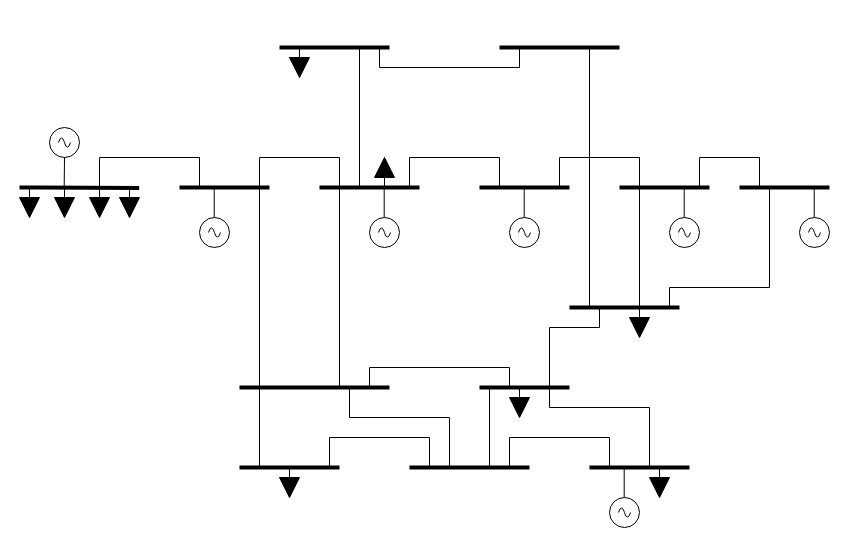
This is Untitled Diagram.drawio from sdahewar/Final-Year-Project, a draw.io file, before an edit. Source tidied: cells renumbered, new cells numbered last; positions are measured from the earlier drawing's top-left corner, leaving out a move shared by most shapes. Both pictures are drawn from the tidied source at 100%, with x=0, y=0 at pixel (19, 47).
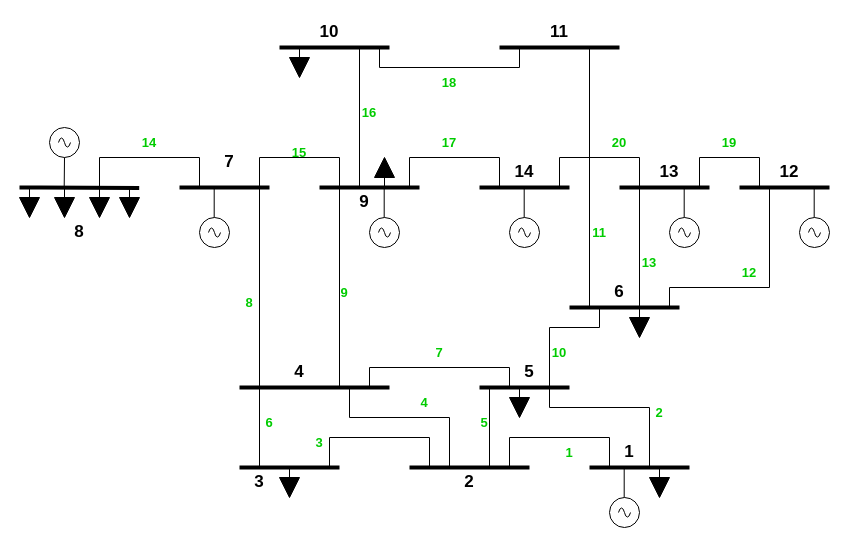
After the change.

What changed in the source:
```diff
@@
+    <mxCell id="86" value="8" style="text;strokeColor=none;align=center;fillColor=none;html=1;verticalAlign=middle;whiteSpace=wrap;rounded=0;fontStyle=1;fontSize=17;" parent="1" vertex="1">
+      <mxGeometry x="30" y="170" width="60" height="30" as="geometry" />
+    </mxCell>
+    <mxCell id="87" value="7" style="text;strokeColor=none;align=center;fillColor=none;html=1;verticalAlign=middle;whiteSpace=wrap;rounded=0;fontStyle=1;fontSize=17;" parent="1" vertex="1">
+      <mxGeometry x="180" y="100" width="60" height="30" as="geometry" />
+    </mxCell>
+    <mxCell id="88" value="9" style="text;strokeColor=none;align=center;fillColor=none;html=1;verticalAlign=middle;whiteSpace=wrap;rounded=0;fontStyle=1;fontSize=17;" parent="1" vertex="1">
+      <mxGeometry x="315" y="140" width="60" height="30" as="geometry" />
+    </mxCell>
+    <mxCell id="89" value="14" style="text;strokeColor=none;align=center;fillColor=none;html=1;verticalAlign=middle;whiteSpace=wrap;rounded=0;fontStyle=1;fontSize=17;" parent="1" vertex="1">
+      <mxGeometry x="475" y="110" width="60" height="30" as="geometry" />
+    </mxCell>
+    <mxCell id="90" value="13" style="text;strokeColor=none;align=center;fillColor=none;html=1;verticalAlign=middle;whiteSpace=wrap;rounded=0;fontStyle=1;fontSize=17;" parent="1" vertex="1">
+      <mxGeometry x="620" y="110" width="60" height="30" as="geometry" />
+    </mxCell>
+    <mxCell id="91" value="12" style="text;strokeColor=none;align=center;fillColor=none;html=1;verticalAlign=middle;whiteSpace=wrap;rounded=0;fontStyle=1;fontSize=17;" parent="1" vertex="1">
+      <mxGeometry x="740" y="110" width="60" height="30" as="geometry" />
+    </mxCell>
+    <mxCell id="92" value="6" style="text;strokeColor=none;align=center;fillColor=none;html=1;verticalAlign=middle;whiteSpace=wrap;rounded=0;fontStyle=1;fontSize=17;" parent="1" vertex="1">
+      <mxGeometry x="570" y="230" width="60" height="30" as="geometry" />
+    </mxCell>
+    <mxCell id="93" value="4" style="text;strokeColor=none;align=center;fillColor=none;html=1;verticalAlign=middle;whiteSpace=wrap;rounded=0;fontStyle=1;fontSize=17;" parent="1" vertex="1">
+      <mxGeometry x="250" y="310" width="60" height="30" as="geometry" />
+    </mxCell>
+    <mxCell id="94" value="5" style="text;strokeColor=none;align=center;fillColor=none;html=1;verticalAlign=middle;whiteSpace=wrap;rounded=0;fontStyle=1;fontSize=17;" parent="1" vertex="1">
+      <mxGeometry x="480" y="310" width="60" height="30" as="geometry" />
+    </mxCell>
+    <mxCell id="95" value="3" style="text;strokeColor=none;align=center;fillColor=none;html=1;verticalAlign=middle;whiteSpace=wrap;rounded=0;fontStyle=1;fontSize=17;" parent="1" vertex="1">
+      <mxGeometry x="210" y="420" width="60" height="30" as="geometry" />
+    </mxCell>
+    <mxCell id="96" value="2" style="text;strokeColor=none;align=center;fillColor=none;html=1;verticalAlign=middle;whiteSpace=wrap;rounded=0;fontStyle=1;fontSize=17;" parent="1" vertex="1">
+      <mxGeometry x="420" y="420" width="60" height="30" as="geometry" />
+    </mxCell>
+    <mxCell id="97" value="1" style="text;strokeColor=none;align=center;fillColor=none;html=1;verticalAlign=middle;whiteSpace=wrap;rounded=0;fontStyle=1;fontSize=17;" parent="1" vertex="1">
+      <mxGeometry x="580" y="390" width="60" height="30" as="geometry" />
+    </mxCell>
+    <mxCell id="98" value="10" style="text;strokeColor=none;align=center;fillColor=none;html=1;verticalAlign=middle;whiteSpace=wrap;rounded=0;fontStyle=1;fontSize=17;" parent="1" vertex="1">
+      <mxGeometry x="280" y="-30" width="60" height="30" as="geometry" />
+    </mxCell>
+    <mxCell id="99" value="11" style="text;strokeColor=none;align=center;fillColor=none;html=1;verticalAlign=middle;whiteSpace=wrap;rounded=0;fontStyle=1;fontSize=17;" parent="1" vertex="1">
+      <mxGeometry x="510" y="-30" width="60" height="30" as="geometry" />
+    </mxCell>
+    <mxCell id="100" value="1" style="text;strokeColor=none;align=center;fillColor=none;html=1;verticalAlign=middle;whiteSpace=wrap;rounded=0;fontColor=#00CC00;fontStyle=1;fontSize=13;textShadow=0;labelBorderColor=none;" parent="1" vertex="1">
+      <mxGeometry x="520" y="390" width="60" height="30" as="geometry" />
+    </mxCell>
+    <mxCell id="101" value="2" style="text;strokeColor=none;align=center;fillColor=none;html=1;verticalAlign=middle;whiteSpace=wrap;rounded=0;fontColor=#00CC00;fontStyle=1;fontSize=13;textShadow=0;labelBorderColor=none;" parent="1" vertex="1">
+      <mxGeometry x="610" y="350" width="60" height="30" as="geometry" />
+    </mxCell>
+    <mxCell id="102" value="3" style="text;strokeColor=none;align=center;fillColor=none;html=1;verticalAlign=middle;whiteSpace=wrap;rounded=0;fontColor=#00CC00;fontStyle=1;fontSize=13;textShadow=0;labelBorderColor=none;" parent="1" vertex="1">
+      <mxGeometry x="270" y="380" width="60" height="30" as="geometry" />
+    </mxCell>
+    <mxCell id="103" value="4" style="text;strokeColor=none;align=center;fillColor=none;html=1;verticalAlign=middle;whiteSpace=wrap;rounded=0;fontColor=#00CC00;fontStyle=1;fontSize=13;textShadow=0;labelBorderColor=none;" parent="1" vertex="1">
+      <mxGeometry x="375" y="340" width="60" height="30" as="geometry" />
+    </mxCell>
+    <mxCell id="104" value="5" style="text;strokeColor=none;align=center;fillColor=none;html=1;verticalAlign=middle;whiteSpace=wrap;rounded=0;fontColor=#00CC00;fontStyle=1;fontSize=13;textShadow=0;labelBorderColor=none;" parent="1" vertex="1">
+      <mxGeometry x="435" y="360" width="60" height="30" as="geometry" />
+    </mxCell>
+    <mxCell id="105" value="6" style="text;strokeColor=none;align=center;fillColor=none;html=1;verticalAlign=middle;whiteSpace=wrap;rounded=0;fontColor=#00CC00;fontStyle=1;fontSize=13;textShadow=0;labelBorderColor=none;" parent="1" vertex="1">
+      <mxGeometry x="220" y="360" width="60" height="30" as="geometry" />
+    </mxCell>
+    <mxCell id="106" value="7" style="text;strokeColor=none;align=center;fillColor=none;html=1;verticalAlign=middle;whiteSpace=wrap;rounded=0;fontColor=#00CC00;fontStyle=1;fontSize=13;textShadow=0;labelBorderColor=none;" parent="1" vertex="1">
+      <mxGeometry x="390" y="290" width="60" height="30" as="geometry" />
+    </mxCell>
+    <mxCell id="107" value="8" style="text;strokeColor=none;align=center;fillColor=none;html=1;verticalAlign=middle;whiteSpace=wrap;rounded=0;fontColor=#00CC00;fontStyle=1;fontSize=13;textShadow=0;labelBorderColor=none;" parent="1" vertex="1">
+      <mxGeometry x="200" y="240" width="60" height="30" as="geometry" />
+    </mxCell>
+    <mxCell id="108" value="9" style="text;strokeColor=none;align=center;fillColor=none;html=1;verticalAlign=middle;whiteSpace=wrap;rounded=0;fontColor=#00CC00;fontStyle=1;fontSize=13;textShadow=0;labelBorderColor=none;" parent="1" vertex="1">
+      <mxGeometry x="295" y="230" width="60" height="30" as="geometry" />
+    </mxCell>
+    <mxCell id="109" value="10" style="text;strokeColor=none;align=center;fillColor=none;html=1;verticalAlign=middle;whiteSpace=wrap;rounded=0;fontColor=#00CC00;fontStyle=1;fontSize=13;textShadow=0;labelBorderColor=none;" parent="1" vertex="1">
+      <mxGeometry x="510" y="290" width="60" height="30" as="geometry" />
+    </mxCell>
+    <mxCell id="110" value="11" style="text;strokeColor=none;align=center;fillColor=none;html=1;verticalAlign=middle;whiteSpace=wrap;rounded=0;fontColor=#00CC00;fontStyle=1;fontSize=13;textShadow=0;labelBorderColor=none;" parent="1" vertex="1">
+      <mxGeometry x="550" y="170" width="60" height="30" as="geometry" />
+    </mxCell>
+    <mxCell id="111" value="12" style="text;strokeColor=none;align=center;fillColor=none;html=1;verticalAlign=middle;whiteSpace=wrap;rounded=0;fontColor=#00CC00;fontStyle=1;fontSize=13;textShadow=0;labelBorderColor=none;" parent="1" vertex="1">
+      <mxGeometry x="700" y="210" width="60" height="30" as="geometry" />
+    </mxCell>
+    <mxCell id="112" value="13" style="text;strokeColor=none;align=center;fillColor=none;html=1;verticalAlign=middle;whiteSpace=wrap;rounded=0;fontColor=#00CC00;fontStyle=1;fontSize=13;textShadow=0;labelBorderColor=none;" parent="1" vertex="1">
+      <mxGeometry x="600" y="200" width="60" height="30" as="geometry" />
+    </mxCell>
+    <mxCell id="113" value="14" style="text;strokeColor=none;align=center;fillColor=none;html=1;verticalAlign=middle;whiteSpace=wrap;rounded=0;fontColor=#00CC00;fontStyle=1;fontSize=13;textShadow=0;labelBorderColor=none;" parent="1" vertex="1">
+      <mxGeometry x="100" y="80" width="60" height="30" as="geometry" />
+    </mxCell>
+    <mxCell id="114" value="15" style="text;strokeColor=none;align=center;fillColor=none;html=1;verticalAlign=middle;whiteSpace=wrap;rounded=0;fontColor=#00CC00;fontStyle=1;fontSize=13;textShadow=0;labelBorderColor=none;" parent="1" vertex="1">
+      <mxGeometry x="250" y="90" width="60" height="30" as="geometry" />
+    </mxCell>
+    <mxCell id="115" value="16" style="text;strokeColor=none;align=center;fillColor=none;html=1;verticalAlign=middle;whiteSpace=wrap;rounded=0;fontColor=#00CC00;fontStyle=1;fontSize=13;textShadow=0;labelBorderColor=none;" parent="1" vertex="1">
+      <mxGeometry x="320" y="50" width="60" height="30" as="geometry" />
+    </mxCell>
+    <mxCell id="116" value="17" style="text;strokeColor=none;align=center;fillColor=none;html=1;verticalAlign=middle;whiteSpace=wrap;rounded=0;fontColor=#00CC00;fontStyle=1;fontSize=13;textShadow=0;labelBorderColor=none;" parent="1" vertex="1">
+      <mxGeometry x="400" y="80" width="60" height="30" as="geometry" />
+    </mxCell>
+    <mxCell id="117" value="18" style="text;strokeColor=none;align=center;fillColor=none;html=1;verticalAlign=middle;whiteSpace=wrap;rounded=0;fontColor=#00CC00;fontStyle=1;fontSize=13;textShadow=0;labelBorderColor=none;" parent="1" vertex="1">
+      <mxGeometry x="400" y="20" width="60" height="30" as="geometry" />
+    </mxCell>
+    <mxCell id="118" value="19" style="text;strokeColor=none;align=center;fillColor=none;html=1;verticalAlign=middle;whiteSpace=wrap;rounded=0;fontColor=#00CC00;fontStyle=1;fontSize=13;textShadow=0;labelBorderColor=none;" parent="1" vertex="1">
+      <mxGeometry x="680" y="80" width="60" height="30" as="geometry" />
+    </mxCell>
+    <mxCell id="119" value="20" style="text;strokeColor=none;align=center;fillColor=none;html=1;verticalAlign=middle;whiteSpace=wrap;rounded=0;fontColor=#00CC00;fontStyle=1;fontSize=13;textShadow=0;labelBorderColor=none;" parent="1" vertex="1">
+      <mxGeometry x="570" y="80" width="60" height="30" as="geometry" />
+    </mxCell>
```
